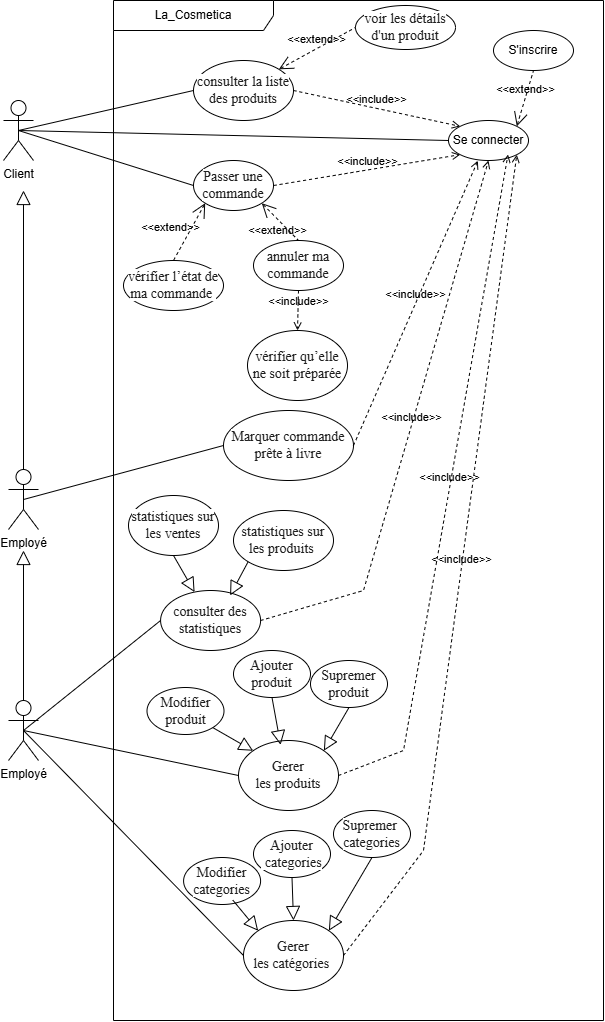
Earlier version of the draw.io export modelisation/Diagramme_de_cas_d'utilisation.png (AZIZABADA10/Cosmetica). Source tidied: cells renumbered, new cells last; positions are measured from the earlier drawing's top-left corner, leaving out a move shared by most shapes.
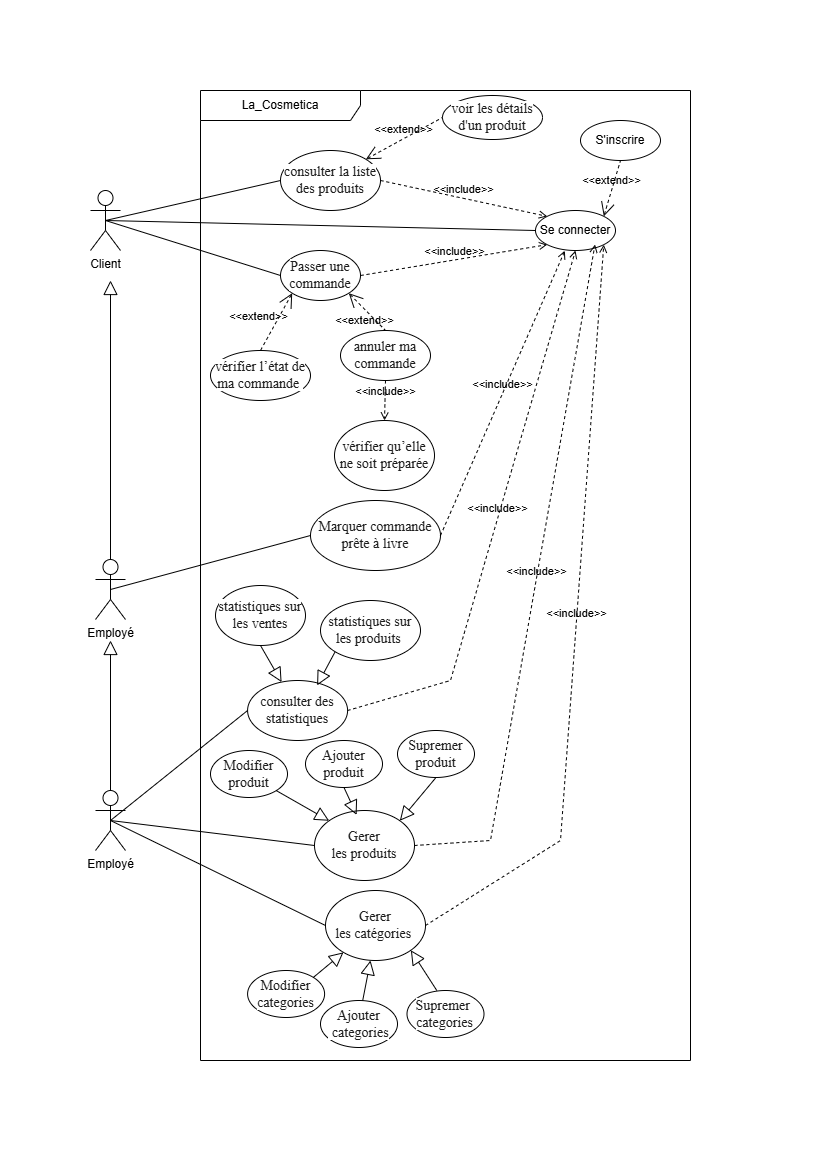
After the commit.

Commit message:
docs(UML): mise à jour du diagramme de cas d'utilisation

The edit, as a diff of the source:
```diff
@@ -3,7 +3,7 @@
     <mxCell id="0" />
     <mxCell id="1" parent="0" />
     <mxCell id="2" value="La_Cosmetica" style="shape=umlFrame;whiteSpace=wrap;html=1;width=160;" parent="1" vertex="1">
-      <mxGeometry x="110" width="490" height="1020" as="geometry" />
+      <mxGeometry x="110" width="490" height="970" as="geometry" />
     </mxCell>
     <mxCell id="3" value="S'inscrire" style="ellipse;whiteSpace=wrap;html=1;" parent="2" vertex="1">
       <mxGeometry x="380" y="30" width="80" height="40" as="geometry" />
@@ -79,10 +79,10 @@
       </mxGeometry>
     </mxCell>
     <mxCell id="26" value="&lt;span style=&quot;color: rgba(0, 0, 0, 0.88); font-family: &amp;quot;Nunito Sans&amp;quot;, &amp;quot;sans-serif&amp;quot;; font-size: 14px; text-align: start; background-color: rgb(255, 255, 255);&quot;&gt;Gerer les&amp;nbsp;&lt;/span&gt;&lt;span style=&quot;color: rgba(0, 0, 0, 0.88); font-family: &amp;quot;Nunito Sans&amp;quot;, &amp;quot;sans-serif&amp;quot;; font-size: 14px; text-align: start; background-color: rgb(255, 255, 255);&quot;&gt;produits&lt;/span&gt;" style="ellipse;whiteSpace=wrap;html=1;" parent="2" vertex="1">
-      <mxGeometry x="125" y="740" width="100" height="70" as="geometry" />
+      <mxGeometry x="114" y="720" width="100" height="70" as="geometry" />
     </mxCell>
     <mxCell id="27" value="&lt;span style=&quot;color: rgba(0, 0, 0, 0.88); font-family: &amp;quot;Nunito Sans&amp;quot;, &amp;quot;sans-serif&amp;quot;; font-size: 14px; text-align: start; background-color: rgb(255, 255, 255);&quot;&gt;Gerer les&amp;nbsp;&lt;/span&gt;&lt;span style=&quot;color: rgba(0, 0, 0, 0.88); font-family: &amp;quot;Nunito Sans&amp;quot;, &amp;quot;sans-serif&amp;quot;; font-size: 14px; text-align: start; background-color: rgb(255, 255, 255);&quot;&gt;catégories&amp;nbsp;&lt;/span&gt;" style="ellipse;whiteSpace=wrap;html=1;" parent="2" vertex="1">
-      <mxGeometry x="130" y="920" width="100" height="70" as="geometry" />
+      <mxGeometry x="125" y="800" width="100" height="70" as="geometry" />
     </mxCell>
     <mxCell id="28" value="&amp;lt;&amp;lt;include&amp;gt;&amp;gt;" style="edgeStyle=none;html=1;endArrow=open;verticalAlign=bottom;dashed=1;labelBackgroundColor=none;rounded=0;exitX=1;exitY=0.5;exitDx=0;exitDy=0;entryX=0.744;entryY=0.85;entryDx=0;entryDy=0;entryPerimeter=0;" parent="2" edge="1" source="26" target="4">
       <mxGeometry relative="1" as="geometry">
@@ -94,46 +94,43 @@
     <mxCell id="29" value="&amp;lt;&amp;lt;include&amp;gt;&amp;gt;" style="edgeStyle=none;html=1;endArrow=open;verticalAlign=bottom;dashed=1;labelBackgroundColor=none;rounded=0;exitX=1;exitY=0.5;exitDx=0;exitDy=0;entryX=1;entryY=1;entryDx=0;entryDy=0;" parent="2" edge="1" source="27" target="4">
       <mxGeometry relative="1" as="geometry">
         <Array as="points">
-          <mxPoint x="310" y="850" />
+          <mxPoint x="360" y="750" />
         </Array>
       </mxGeometry>
     </mxCell>
     <mxCell id="30" value="&lt;span style=&quot;color: rgba(0, 0, 0, 0.88); font-family: &amp;quot;Nunito Sans&amp;quot;, &amp;quot;sans-serif&amp;quot;; font-size: 14px; text-align: start; background-color: rgb(255, 255, 255);&quot;&gt;Modifier produit&lt;/span&gt;" style="ellipse;whiteSpace=wrap;html=1;" parent="2" vertex="1">
-      <mxGeometry x="33.5" y="687" width="77" height="47" as="geometry" />
+      <mxGeometry x="10" y="660" width="77" height="47" as="geometry" />
     </mxCell>
     <mxCell id="31" style="edgeStyle=none;html=1;endArrow=block;endFill=0;endSize=12;verticalAlign=bottom;rounded=0;exitX=1;exitY=1;exitDx=0;exitDy=0;entryX=0;entryY=0;entryDx=0;entryDy=0;" parent="2" edge="1" source="30" target="26">
       <mxGeometry relative="1" as="geometry" />
     </mxCell>
-    <mxCell id="32" value="&lt;span style=&quot;color: rgba(0, 0, 0, 0.88); font-family: &amp;quot;Nunito Sans&amp;quot;, &amp;quot;sans-serif&amp;quot;; font-size: 14px; text-align: start; background-color: rgb(255, 255, 255);&quot;&gt;Modifier categories&lt;/span&gt;" style="ellipse;whiteSpace=wrap;html=1;" parent="2" vertex="1">
-      <mxGeometry x="70.1" y="857" width="77" height="47" as="geometry" />
-    </mxCell>
-    <mxCell id="33" style="edgeStyle=none;html=1;endArrow=block;endFill=0;endSize=12;verticalAlign=bottom;rounded=0;exitX=0.638;exitY=0.904;exitDx=0;exitDy=0;entryX=0;entryY=0;entryDx=0;entryDy=0;exitPerimeter=0;" parent="2" edge="1" source="32" target="27">
-      <mxGeometry relative="1" as="geometry" />
-    </mxCell>
     <mxCell id="34" value="&lt;span style=&quot;color: rgba(0, 0, 0, 0.88); font-family: &amp;quot;Nunito Sans&amp;quot;, &amp;quot;sans-serif&amp;quot;; font-size: 14px; text-align: start; background-color: rgb(255, 255, 255);&quot;&gt;Supremer produit&lt;/span&gt;" style="ellipse;whiteSpace=wrap;html=1;" parent="2" vertex="1">
-      <mxGeometry x="197" y="660" width="77" height="47" as="geometry" />
+      <mxGeometry x="197" y="640" width="77" height="47" as="geometry" />
     </mxCell>
     <mxCell id="35" style="edgeStyle=none;html=1;endArrow=block;endFill=0;endSize=12;verticalAlign=bottom;rounded=0;exitX=0.5;exitY=1;exitDx=0;exitDy=0;entryX=1;entryY=0;entryDx=0;entryDy=0;" parent="2" edge="1" source="34" target="26">
       <mxGeometry relative="1" as="geometry" />
     </mxCell>
     <mxCell id="36" value="&lt;span style=&quot;color: rgba(0, 0, 0, 0.88); font-family: &amp;quot;Nunito Sans&amp;quot;, &amp;quot;sans-serif&amp;quot;; font-size: 14px; text-align: start; background-color: rgb(255, 255, 255);&quot;&gt;Ajouter produit&lt;/span&gt;" style="ellipse;whiteSpace=wrap;html=1;" parent="2" vertex="1">
-      <mxGeometry x="120" y="650" width="77" height="47" as="geometry" />
+      <mxGeometry x="105" y="650" width="77" height="47" as="geometry" />
     </mxCell>
     <mxCell id="37" style="edgeStyle=none;html=1;endArrow=block;endFill=0;endSize=12;verticalAlign=bottom;rounded=0;exitX=0.5;exitY=1;exitDx=0;exitDy=0;entryX=0.421;entryY=0.062;entryDx=0;entryDy=0;entryPerimeter=0;" parent="2" edge="1" source="36" target="26">
       <mxGeometry relative="1" as="geometry" />
     </mxCell>
+    <mxCell id="32" value="&lt;span style=&quot;color: rgba(0, 0, 0, 0.88); font-family: &amp;quot;Nunito Sans&amp;quot;, &amp;quot;sans-serif&amp;quot;; font-size: 14px; text-align: start; background-color: rgb(255, 255, 255);&quot;&gt;Modifier categories&lt;/span&gt;" style="ellipse;whiteSpace=wrap;html=1;" parent="2" vertex="1">
+      <mxGeometry x="47.1" y="880" width="77" height="47" as="geometry" />
+    </mxCell>
     <mxCell id="38" value="&lt;span style=&quot;color: rgba(0, 0, 0, 0.88); font-family: &amp;quot;Nunito Sans&amp;quot;, &amp;quot;sans-serif&amp;quot;; font-size: 14px; text-align: start; background-color: rgb(255, 255, 255);&quot;&gt;Supremer&amp;nbsp;&lt;/span&gt;&lt;div&gt;&lt;span style=&quot;color: rgba(0, 0, 0, 0.88); font-family: &amp;quot;Nunito Sans&amp;quot;, &amp;quot;sans-serif&amp;quot;; font-size: 14px; text-align: start; background-color: rgb(255, 255, 255);&quot;&gt;categories&lt;/span&gt;&lt;/div&gt;" style="ellipse;whiteSpace=wrap;html=1;" parent="2" vertex="1">
-      <mxGeometry x="220" y="810" width="77" height="47" as="geometry" />
+      <mxGeometry x="206.5" y="900" width="77" height="47" as="geometry" />
     </mxCell>
-    <mxCell id="39" style="edgeStyle=none;html=1;endArrow=block;endFill=0;endSize=12;verticalAlign=bottom;rounded=0;exitX=0.5;exitY=1;exitDx=0;exitDy=0;entryX=1;entryY=0;entryDx=0;entryDy=0;" parent="2" edge="1" source="38" target="27">
+    <mxCell id="39" style="edgeStyle=none;html=1;endArrow=block;endFill=0;endSize=12;verticalAlign=bottom;rounded=0;exitX=0.387;exitY=0;exitDx=0;exitDy=0;entryX=1;entryY=1;entryDx=0;entryDy=0;exitPerimeter=0;" parent="2" edge="1" source="38" target="27">
       <mxGeometry relative="1" as="geometry" />
     </mxCell>
     <mxCell id="40" value="&lt;span style=&quot;color: rgba(0, 0, 0, 0.88); font-family: &amp;quot;Nunito Sans&amp;quot;, &amp;quot;sans-serif&amp;quot;; font-size: 14px; text-align: start; background-color: rgb(255, 255, 255);&quot;&gt;Ajouter&lt;/span&gt;&lt;div&gt;&lt;span style=&quot;color: rgba(0, 0, 0, 0.88); font-family: &amp;quot;Nunito Sans&amp;quot;, &amp;quot;sans-serif&amp;quot;; font-size: 14px; text-align: start; background-color: rgb(255, 255, 255);&quot;&gt;&amp;nbsp;&lt;/span&gt;&lt;span style=&quot;color: rgba(0, 0, 0, 0.88); font-family: &amp;quot;Nunito Sans&amp;quot;, &amp;quot;sans-serif&amp;quot;; font-size: 14px; text-align: start; background-color: rgb(255, 255, 255);&quot;&gt;categories&lt;/span&gt;&lt;/div&gt;" style="ellipse;whiteSpace=wrap;html=1;" parent="2" vertex="1">
-      <mxGeometry x="140" y="830" width="77" height="47" as="geometry" />
+      <mxGeometry x="120" y="910" width="77" height="47" as="geometry" />
     </mxCell>
-    <mxCell id="41" style="edgeStyle=none;html=1;endArrow=block;endFill=0;endSize=12;verticalAlign=bottom;rounded=0;exitX=0.5;exitY=1;exitDx=0;exitDy=0;entryX=0.5;entryY=0;entryDx=0;entryDy=0;" parent="2" edge="1" source="40" target="27">
-      <mxGeometry relative="1" as="geometry" />
-    </mxCell>
+    <mxCell id="33" style="edgeStyle=none;html=1;endArrow=block;endFill=0;endSize=12;verticalAlign=bottom;rounded=0;exitX=1;exitY=0;exitDx=0;exitDy=0;" parent="2" edge="1" source="32" target="27">
+      <mxGeometry relative="1" as="geometry" />
+    </mxCell>
     <mxCell id="42" value="Client" style="shape=umlActor;verticalLabelPosition=bottom;verticalAlign=top;html=1;" parent="1" vertex="1">
       <mxGeometry y="100" width="30" height="60" as="geometry" />
     </mxCell>
@@ -174,5 +171,10 @@
         <mxPoint x="20" y="550" as="targetPoint" />
       </mxGeometry>
     </mxCell>
+    <mxCell id="54" style="edgeStyle=none;html=1;endArrow=block;endFill=0;endSize=12;verticalAlign=bottom;rounded=0;" parent="1" edge="1" source="40">
+      <mxGeometry relative="1" as="geometry">
+        <mxPoint x="280" y="870" as="targetPoint" />
+      </mxGeometry>
+    </mxCell>
   </root>
 </mxGraphModel>
```
